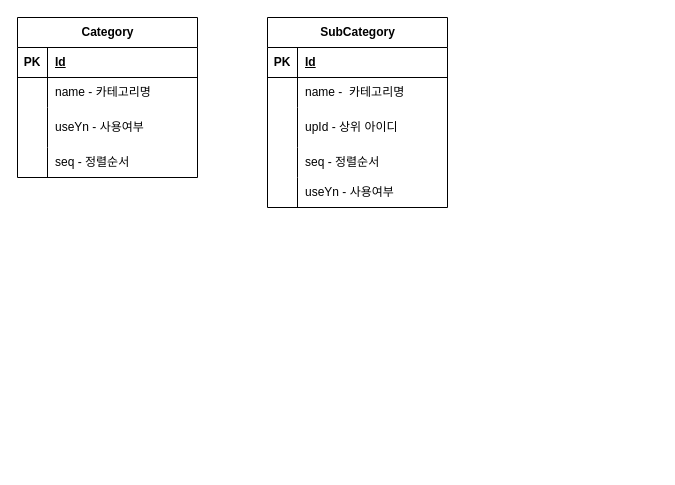
The draw.io diagram ERD.drawio in kjwjw95/news, before the edit. Source tidied: cells renumbered, new cells numbered last; positions are measured from the earlier drawing's top-left corner, leaving out a move shared by most shapes. Both pictures are drawn from the tidied source at 100%, with x=0, y=0 at pixel (17, 17).
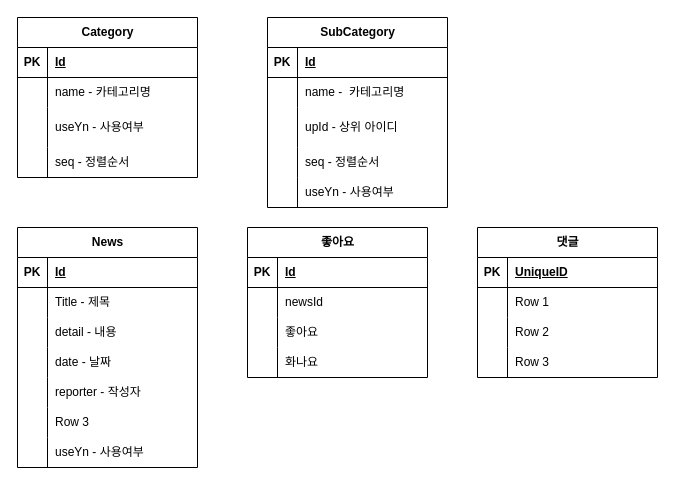
After the change.

Change to the diagram source:
```diff
@@
+    <mxCell id="31" value="News" style="shape=table;startSize=30;childLayout=tableLayout;rowLines=0;fontStyle=1;align=center;html=1;" parent="1" vertex="1">
+      <mxGeometry y="210" width="180" height="240" as="geometry" />
+    </mxCell>
+    <mxCell id="32" style="shape=tableRow;horizontal=0;startSize=0;swimlaneHead=0;swimlaneBody=0;fillColor=none;top=0;left=0;right=0;bottom=1;" parent="31" vertex="1">
+      <mxGeometry y="30" width="180" height="30" as="geometry" />
+    </mxCell>
+    <mxCell id="33" value="PK" style="shape=partialRectangle;fillColor=none;top=0;left=0;bottom=0;right=0;fontStyle=1;overflow=hidden;whiteSpace=wrap;html=1;" parent="32" vertex="1">
+      <mxGeometry width="30" height="30" as="geometry" />
+    </mxCell>
+    <mxCell id="34" value="Id" style="shape=partialRectangle;fillColor=none;top=0;left=0;bottom=0;right=0;align=left;spacingLeft=6;fontStyle=5;overflow=hidden;whiteSpace=wrap;html=1;" parent="32" vertex="1">
+      <mxGeometry x="30" width="150" height="30" as="geometry" />
+    </mxCell>
+    <mxCell id="35" style="shape=tableRow;horizontal=0;startSize=0;swimlaneHead=0;swimlaneBody=0;fillColor=none;top=0;left=0;right=0;bottom=0;" parent="31" vertex="1">
+      <mxGeometry y="60" width="180" height="30" as="geometry" />
+    </mxCell>
+    <mxCell id="36" style="shape=partialRectangle;fillColor=none;top=0;left=0;bottom=0;right=0;overflow=hidden;whiteSpace=wrap;html=1;" parent="35" vertex="1">
+      <mxGeometry width="30" height="30" as="geometry" />
+    </mxCell>
+    <mxCell id="37" value="Title - 제목" style="shape=partialRectangle;fillColor=none;top=0;left=0;bottom=0;right=0;align=left;spacingLeft=6;overflow=hidden;whiteSpace=wrap;html=1;" parent="35" vertex="1">
+      <mxGeometry x="30" width="150" height="30" as="geometry" />
+    </mxCell>
+    <mxCell id="38" style="shape=tableRow;horizontal=0;startSize=0;swimlaneHead=0;swimlaneBody=0;fillColor=none;top=0;left=0;right=0;bottom=0;" parent="31" vertex="1">
+      <mxGeometry y="90" width="180" height="30" as="geometry" />
+    </mxCell>
+    <mxCell id="39" style="shape=partialRectangle;fillColor=none;top=0;left=0;bottom=0;right=0;overflow=hidden;whiteSpace=wrap;html=1;" parent="38" vertex="1">
+      <mxGeometry width="30" height="30" as="geometry" />
+    </mxCell>
+    <mxCell id="40" value="detail - 내용" style="shape=partialRectangle;fillColor=none;top=0;left=0;bottom=0;right=0;align=left;spacingLeft=6;overflow=hidden;whiteSpace=wrap;html=1;" parent="38" vertex="1">
+      <mxGeometry x="30" width="150" height="30" as="geometry" />
+    </mxCell>
+    <mxCell id="41" style="shape=tableRow;horizontal=0;startSize=0;swimlaneHead=0;swimlaneBody=0;fillColor=none;top=0;left=0;right=0;bottom=0;" parent="31" vertex="1">
+      <mxGeometry y="120" width="180" height="30" as="geometry" />
+    </mxCell>
+    <mxCell id="42" style="shape=partialRectangle;fillColor=none;top=0;left=0;bottom=0;right=0;overflow=hidden;whiteSpace=wrap;html=1;" parent="41" vertex="1">
+      <mxGeometry width="30" height="30" as="geometry" />
+    </mxCell>
+    <mxCell id="43" value="date - 날짜" style="shape=partialRectangle;fillColor=none;top=0;left=0;bottom=0;right=0;align=left;spacingLeft=6;overflow=hidden;whiteSpace=wrap;html=1;" parent="41" vertex="1">
+      <mxGeometry x="30" width="150" height="30" as="geometry" />
+    </mxCell>
+    <mxCell id="44" style="shape=tableRow;horizontal=0;startSize=0;swimlaneHead=0;swimlaneBody=0;fillColor=none;top=0;left=0;right=0;bottom=0;" parent="31" vertex="1">
+      <mxGeometry y="150" width="180" height="30" as="geometry" />
+    </mxCell>
+    <mxCell id="45" style="shape=partialRectangle;fillColor=none;top=0;left=0;bottom=0;right=0;overflow=hidden;whiteSpace=wrap;html=1;" parent="44" vertex="1">
+      <mxGeometry width="30" height="30" as="geometry" />
+    </mxCell>
+    <mxCell id="46" value="reporter - 작성자" style="shape=partialRectangle;fillColor=none;top=0;left=0;bottom=0;right=0;align=left;spacingLeft=6;overflow=hidden;whiteSpace=wrap;html=1;" parent="44" vertex="1">
+      <mxGeometry x="30" width="150" height="30" as="geometry" />
+    </mxCell>
+    <mxCell id="47" style="shape=tableRow;horizontal=0;startSize=0;swimlaneHead=0;swimlaneBody=0;fillColor=none;top=0;left=0;right=0;bottom=0;" parent="31" vertex="1">
+      <mxGeometry y="180" width="180" height="30" as="geometry" />
+    </mxCell>
+    <mxCell id="48" style="shape=partialRectangle;fillColor=none;top=0;left=0;bottom=0;right=0;overflow=hidden;whiteSpace=wrap;html=1;" parent="47" vertex="1">
+      <mxGeometry width="30" height="30" as="geometry" />
+    </mxCell>
+    <mxCell id="49" value="Row 3" style="shape=partialRectangle;fillColor=none;top=0;left=0;bottom=0;right=0;align=left;spacingLeft=6;overflow=hidden;whiteSpace=wrap;html=1;" parent="47" vertex="1">
+      <mxGeometry x="30" width="150" height="30" as="geometry" />
+    </mxCell>
+    <mxCell id="50" style="shape=tableRow;horizontal=0;startSize=0;swimlaneHead=0;swimlaneBody=0;fillColor=none;top=0;left=0;right=0;bottom=0;" parent="31" vertex="1">
+      <mxGeometry y="210" width="180" height="30" as="geometry" />
+    </mxCell>
+    <mxCell id="51" style="shape=partialRectangle;fillColor=none;top=0;left=0;bottom=0;right=0;overflow=hidden;whiteSpace=wrap;html=1;" parent="50" vertex="1">
+      <mxGeometry width="30" height="30" as="geometry" />
+    </mxCell>
+    <mxCell id="52" value="useYn - 사용여부" style="shape=partialRectangle;fillColor=none;top=0;left=0;bottom=0;right=0;align=left;spacingLeft=6;overflow=hidden;whiteSpace=wrap;html=1;" parent="50" vertex="1">
+      <mxGeometry x="30" width="150" height="30" as="geometry" />
+    </mxCell>
+    <mxCell id="53" value="좋아요" style="shape=table;startSize=30;childLayout=tableLayout;rowLines=0;fontStyle=1;align=center;html=1;" parent="1" vertex="1">
+      <mxGeometry x="230" y="210" width="180" height="150" as="geometry" />
+    </mxCell>
+    <mxCell id="54" style="shape=tableRow;horizontal=0;startSize=0;swimlaneHead=0;swimlaneBody=0;fillColor=none;top=0;left=0;right=0;bottom=1;" parent="53" vertex="1">
+      <mxGeometry y="30" width="180" height="30" as="geometry" />
+    </mxCell>
+    <mxCell id="55" value="PK" style="shape=partialRectangle;fillColor=none;top=0;left=0;bottom=0;right=0;fontStyle=1;overflow=hidden;whiteSpace=wrap;html=1;" parent="54" vertex="1">
+      <mxGeometry width="30" height="30" as="geometry" />
+    </mxCell>
+    <mxCell id="56" value="Id" style="shape=partialRectangle;fillColor=none;top=0;left=0;bottom=0;right=0;align=left;spacingLeft=6;fontStyle=5;overflow=hidden;whiteSpace=wrap;html=1;" parent="54" vertex="1">
+      <mxGeometry x="30" width="150" height="30" as="geometry" />
+    </mxCell>
+    <mxCell id="57" style="shape=tableRow;horizontal=0;startSize=0;swimlaneHead=0;swimlaneBody=0;fillColor=none;top=0;left=0;right=0;bottom=0;" parent="53" vertex="1">
+      <mxGeometry y="60" width="180" height="30" as="geometry" />
+    </mxCell>
+    <mxCell id="58" style="shape=partialRectangle;fillColor=none;top=0;left=0;bottom=0;right=0;overflow=hidden;whiteSpace=wrap;html=1;" parent="57" vertex="1">
+      <mxGeometry width="30" height="30" as="geometry" />
+    </mxCell>
+    <mxCell id="59" value="newsId" style="shape=partialRectangle;fillColor=none;top=0;left=0;bottom=0;right=0;align=left;spacingLeft=6;overflow=hidden;whiteSpace=wrap;html=1;" parent="57" vertex="1">
+      <mxGeometry x="30" width="150" height="30" as="geometry" />
+    </mxCell>
+    <mxCell id="60" style="shape=tableRow;horizontal=0;startSize=0;swimlaneHead=0;swimlaneBody=0;fillColor=none;top=0;left=0;right=0;bottom=0;" parent="53" vertex="1">
+      <mxGeometry y="90" width="180" height="30" as="geometry" />
+    </mxCell>
+    <mxCell id="61" style="shape=partialRectangle;fillColor=none;top=0;left=0;bottom=0;right=0;overflow=hidden;whiteSpace=wrap;html=1;" parent="60" vertex="1">
+      <mxGeometry width="30" height="30" as="geometry" />
+    </mxCell>
+    <mxCell id="62" value="좋아요" style="shape=partialRectangle;fillColor=none;top=0;left=0;bottom=0;right=0;align=left;spacingLeft=6;overflow=hidden;whiteSpace=wrap;html=1;" parent="60" vertex="1">
+      <mxGeometry x="30" width="150" height="30" as="geometry" />
+    </mxCell>
+    <mxCell id="63" style="shape=tableRow;horizontal=0;startSize=0;swimlaneHead=0;swimlaneBody=0;fillColor=none;top=0;left=0;right=0;bottom=0;" parent="53" vertex="1">
+      <mxGeometry y="120" width="180" height="30" as="geometry" />
+    </mxCell>
+    <mxCell id="64" style="shape=partialRectangle;fillColor=none;top=0;left=0;bottom=0;right=0;overflow=hidden;whiteSpace=wrap;html=1;" parent="63" vertex="1">
+      <mxGeometry width="30" height="30" as="geometry" />
+    </mxCell>
+    <mxCell id="65" value="화나요" style="shape=partialRectangle;fillColor=none;top=0;left=0;bottom=0;right=0;align=left;spacingLeft=6;overflow=hidden;whiteSpace=wrap;html=1;" parent="63" vertex="1">
+      <mxGeometry x="30" width="150" height="30" as="geometry" />
+    </mxCell>
+    <mxCell id="66" value="댓글" style="shape=table;startSize=30;childLayout=tableLayout;rowLines=0;fontStyle=1;align=center;html=1;" parent="1" vertex="1">
+      <mxGeometry x="460" y="210" width="180" height="150" as="geometry" />
+    </mxCell>
+    <mxCell id="67" style="shape=tableRow;horizontal=0;startSize=0;swimlaneHead=0;swimlaneBody=0;fillColor=none;top=0;left=0;right=0;bottom=1;" parent="66" vertex="1">
+      <mxGeometry y="30" width="180" height="30" as="geometry" />
+    </mxCell>
+    <mxCell id="68" value="PK" style="shape=partialRectangle;fillColor=none;top=0;left=0;bottom=0;right=0;fontStyle=1;overflow=hidden;whiteSpace=wrap;html=1;" parent="67" vertex="1">
+      <mxGeometry width="30" height="30" as="geometry" />
+    </mxCell>
+    <mxCell id="69" value="UniqueID" style="shape=partialRectangle;fillColor=none;top=0;left=0;bottom=0;right=0;align=left;spacingLeft=6;fontStyle=5;overflow=hidden;whiteSpace=wrap;html=1;" parent="67" vertex="1">
+      <mxGeometry x="30" width="150" height="30" as="geometry" />
+    </mxCell>
+    <mxCell id="70" style="shape=tableRow;horizontal=0;startSize=0;swimlaneHead=0;swimlaneBody=0;fillColor=none;top=0;left=0;right=0;bottom=0;" parent="66" vertex="1">
+      <mxGeometry y="60" width="180" height="30" as="geometry" />
+    </mxCell>
+    <mxCell id="71" style="shape=partialRectangle;fillColor=none;top=0;left=0;bottom=0;right=0;overflow=hidden;whiteSpace=wrap;html=1;" parent="70" vertex="1">
+      <mxGeometry width="30" height="30" as="geometry" />
+    </mxCell>
+    <mxCell id="72" value="Row 1" style="shape=partialRectangle;fillColor=none;top=0;left=0;bottom=0;right=0;align=left;spacingLeft=6;overflow=hidden;whiteSpace=wrap;html=1;" parent="70" vertex="1">
+      <mxGeometry x="30" width="150" height="30" as="geometry" />
+    </mxCell>
+    <mxCell id="73" style="shape=tableRow;horizontal=0;startSize=0;swimlaneHead=0;swimlaneBody=0;fillColor=none;top=0;left=0;right=0;bottom=0;" parent="66" vertex="1">
+      <mxGeometry y="90" width="180" height="30" as="geometry" />
+    </mxCell>
+    <mxCell id="74" style="shape=partialRectangle;fillColor=none;top=0;left=0;bottom=0;right=0;overflow=hidden;whiteSpace=wrap;html=1;" parent="73" vertex="1">
+      <mxGeometry width="30" height="30" as="geometry" />
+    </mxCell>
+    <mxCell id="75" value="Row 2" style="shape=partialRectangle;fillColor=none;top=0;left=0;bottom=0;right=0;align=left;spacingLeft=6;overflow=hidden;whiteSpace=wrap;html=1;" parent="73" vertex="1">
+      <mxGeometry x="30" width="150" height="30" as="geometry" />
+    </mxCell>
+    <mxCell id="76" style="shape=tableRow;horizontal=0;startSize=0;swimlaneHead=0;swimlaneBody=0;fillColor=none;top=0;left=0;right=0;bottom=0;" parent="66" vertex="1">
+      <mxGeometry y="120" width="180" height="30" as="geometry" />
+    </mxCell>
+    <mxCell id="77" style="shape=partialRectangle;fillColor=none;top=0;left=0;bottom=0;right=0;overflow=hidden;whiteSpace=wrap;html=1;" parent="76" vertex="1">
+      <mxGeometry width="30" height="30" as="geometry" />
+    </mxCell>
+    <mxCell id="78" value="Row 3" style="shape=partialRectangle;fillColor=none;top=0;left=0;bottom=0;right=0;align=left;spacingLeft=6;overflow=hidden;whiteSpace=wrap;html=1;" parent="76" vertex="1">
+      <mxGeometry x="30" width="150" height="30" as="geometry" />
+    </mxCell>
```
